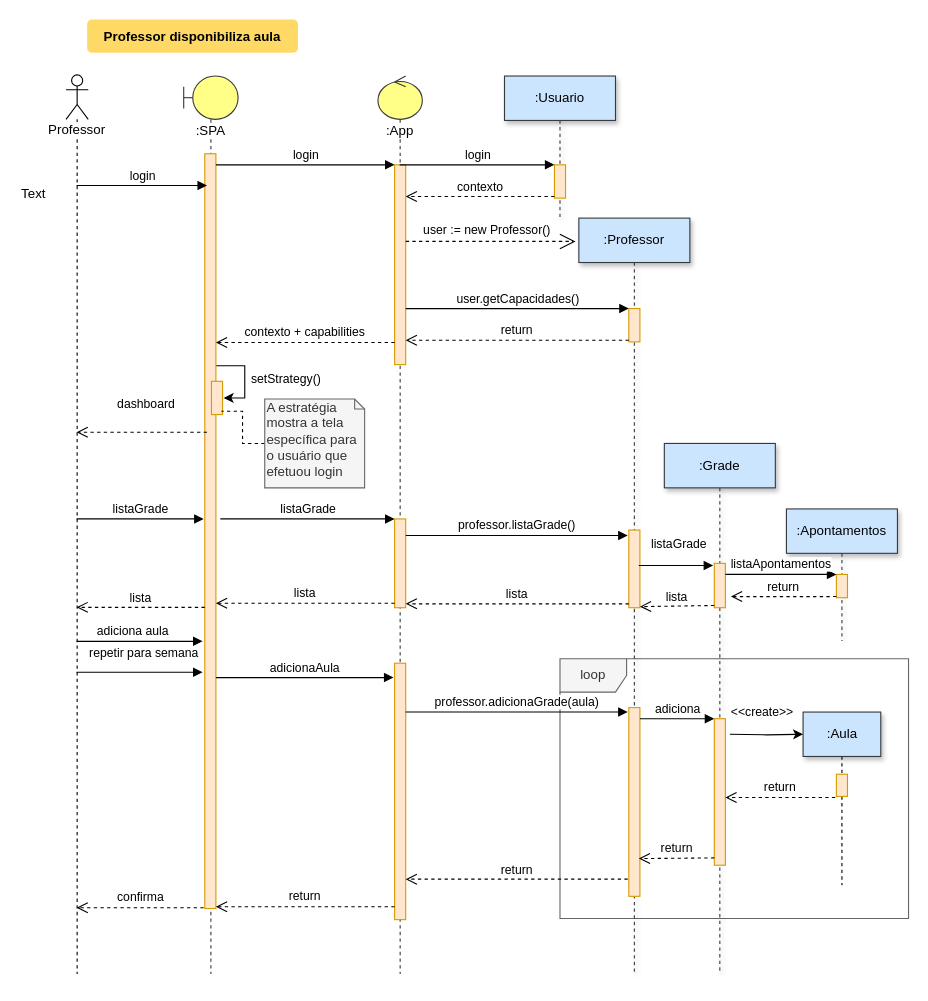
The draw.io diagram sequencia_cria_reserva.drawio in Neandertals/personal, before the edit. Source tidied: cells renumbered, new cells numbered last; positions are measured from the earlier drawing's top-left corner, leaving out a move shared by most shapes. Both pictures are drawn from the tidied source at 111%, with x=0, y=0 at pixel (19, 19).
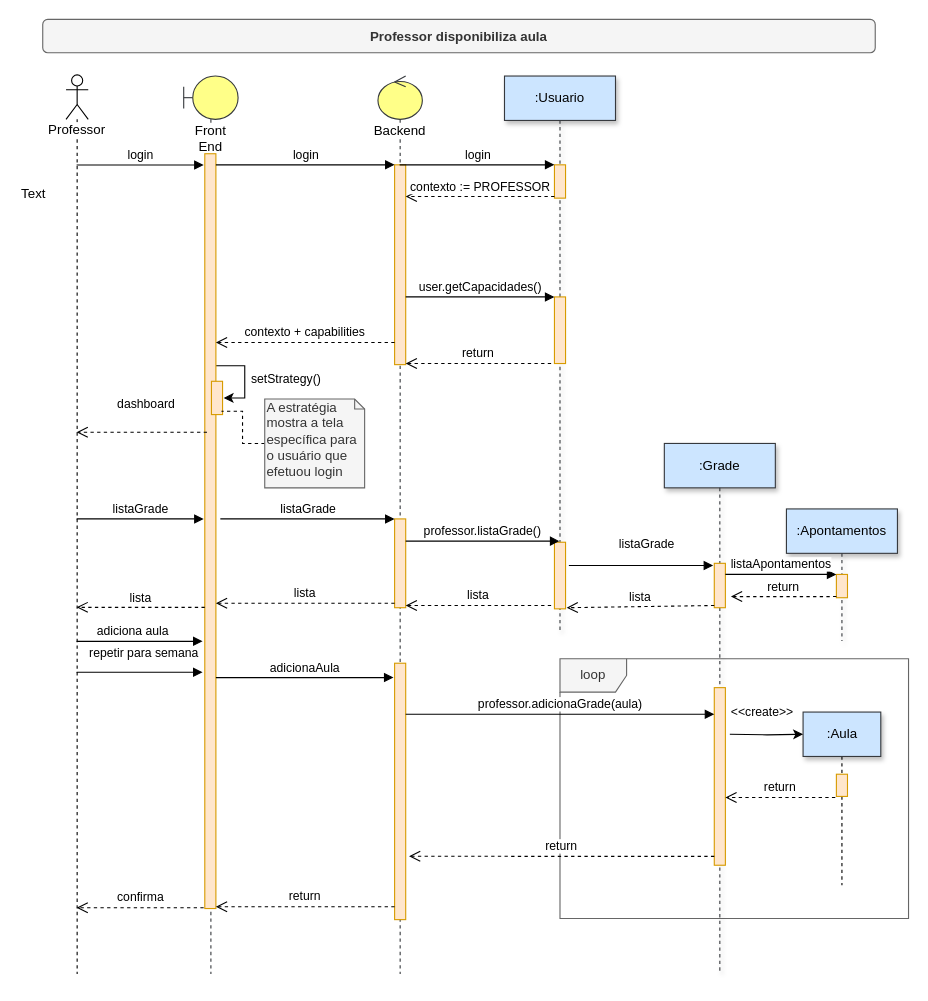
After the change.

Unchanged cells that the change refers to:
```xml
<mxCell id="5" style="html=1;points=[];perimeter=orthogonalPerimeter;fillColor=#ffe6cc;strokeColor=#d79b00;" parent="3" vertex="1">
  <mxGeometry x="19" y="70" width="10" height="680" as="geometry" />
</mxCell>
<mxCell id="8" value="Professor&lt;br&gt;" style="shape=umlLifeline;participant=umlActor;perimeter=lifelinePerimeter;whiteSpace=wrap;html=1;verticalAlign=top;spacingTop=36;labelBackgroundColor=#ffffff;outlineConnect=0;" parent="1" vertex="1">
  <mxGeometry x="42" y="50" width="20" height="810" as="geometry" />
</mxCell>
<mxCell id="10" style="html=1;points=[];perimeter=orthogonalPerimeter;fillColor=#ffe6cc;strokeColor=#d79b00;" parent="9" vertex="1">
  <mxGeometry x="45" y="80" width="10" height="30" as="geometry" />
</mxCell>
<mxCell id="12" style="html=1;points=[];perimeter=orthogonalPerimeter;fillColor=#ffe6cc;strokeColor=#d79b00;" parent="11" vertex="1">
  <mxGeometry x="15" y="80" width="10" height="180" as="geometry" />
</mxCell>
<mxCell id="13" style="html=1;points=[];perimeter=orthogonalPerimeter;fillColor=#ffe6cc;strokeColor=#d79b00;" parent="11" vertex="1">
  <mxGeometry x="15" y="399" width="10" height="80" as="geometry" />
</mxCell>
<mxCell id="14" style="html=1;points=[];perimeter=orthogonalPerimeter;fillColor=#ffe6cc;strokeColor=#d79b00;" parent="11" vertex="1">
  <mxGeometry x="15" y="529" width="10" height="231" as="geometry" />
</mxCell>
<mxCell id="29" value=":Grade" style="shape=umlLifeline;perimeter=lifelinePerimeter;whiteSpace=wrap;html=1;shadow=1;strokeColor=#36393d;fillColor=#cce5ff;" parent="1" vertex="1">
  <mxGeometry x="581" y="382" width="100" height="478" as="geometry" />
</mxCell>
<mxCell id="37" style="html=1;points=[];perimeter=orthogonalPerimeter;fillColor=#ffe6cc;strokeColor=#d79b00;" parent="1" vertex="1">
  <mxGeometry x="626" y="490" width="10" height="40" as="geometry" />
</mxCell>
```

Diff of the diagram source:
```diff
@@
-    <mxCell id="3" value=":SPA" style="shape=umlLifeline;participant=umlBoundary;perimeter=lifelinePerimeter;whiteSpace=wrap;html=1;verticalAlign=top;spacingTop=36;labelBackgroundColor=#ffffff;size=39;fillColor=#ffff88;strokeColor=#36393d;" parent="1" vertex="1">
+    <mxCell id="3" value="Front End" style="shape=umlLifeline;participant=umlBoundary;perimeter=lifelinePerimeter;whiteSpace=wrap;html=1;verticalAlign=top;spacingTop=36;labelBackgroundColor=#ffffff;size=39;fillColor=#ffff88;strokeColor=#36393d;" parent="1" vertex="1">
       <mxGeometry x="148" y="51" width="49" height="809" as="geometry" />
     </mxCell>
@@
-    <mxCell id="7" value="Professor disponibiliza aula" style="rounded=1;fontStyle=1;fillColor=#FFD966;strokeColor=none;" parent="1" vertex="1">
-      <mxGeometry x="61" width="190" height="30" as="geometry" />
+    <mxCell id="7" value="Professor disponibiliza aula" style="rounded=1;fontStyle=1;fillColor=#f5f5f5;strokeColor=#666666;fontColor=#333333;" parent="1" vertex="1">
+      <mxGeometry x="21" width="750" height="30" as="geometry" />
     </mxCell>
@@
     <mxCell id="9" value=":Usuario" style="shape=umlLifeline;perimeter=lifelinePerimeter;whiteSpace=wrap;html=1;outlineConnect=0;shadow=1;strokeColor=#36393d;fillColor=#cce5ff;" parent="1" vertex="1">
-      <mxGeometry x="437" y="51" width="100" height="129" as="geometry" />
+      <mxGeometry x="437" y="51" width="100" height="499" as="geometry" />
     </mxCell>
@@
+    <mxCell id="61" style="html=1;points=[];perimeter=orthogonalPerimeter;fillColor=#ffe6cc;strokeColor=#d79b00;" parent="9" vertex="1">
+      <mxGeometry x="45" y="420" width="10" height="60" as="geometry" />
+    </mxCell>
+    <mxCell id="62" style="html=1;points=[];perimeter=orthogonalPerimeter;fillColor=#ffe6cc;strokeColor=#d79b00;" parent="9" vertex="1">
+      <mxGeometry x="45" y="199" width="10" height="60" as="geometry" />
+    </mxCell>
-    <mxCell id="11" value=":App" style="shape=umlLifeline;participant=umlControl;perimeter=lifelinePerimeter;whiteSpace=wrap;html=1;verticalAlign=top;spacingTop=36;labelBackgroundColor=#ffffff;outlineConnect=0;size=39;fillColor=#ffff88;strokeColor=#36393d;" parent="1" vertex="1">
+    <mxCell id="11" value="Backend" style="shape=umlLifeline;participant=umlControl;perimeter=lifelinePerimeter;whiteSpace=wrap;html=1;verticalAlign=top;spacingTop=36;labelBackgroundColor=#ffffff;outlineConnect=0;size=39;fillColor=#ffff88;strokeColor=#36393d;" parent="1" vertex="1">
       <mxGeometry x="323" y="51" width="40" height="809" as="geometry" />
     </mxCell>
@@
-    <mxCell id="17" value="contexto" style="html=1;verticalAlign=bottom;endArrow=open;dashed=1;endSize=8;exitX=0;exitY=0.95;" parent="1" edge="1" source="10" target="12">
+    <mxCell id="17" value="contexto := PROFESSOR" style="html=1;verticalAlign=bottom;endArrow=open;dashed=1;endSize=8;exitX=0;exitY=0.95;" parent="1" edge="1" source="10" target="12">
       <mxGeometry relative="1" as="geometry" />
     </mxCell>
@@
-    <mxCell id="19" value="login" style="html=1;verticalAlign=bottom;endArrow=block;entryX=0.2;entryY=0.042;entryDx=0;entryDy=0;entryPerimeter=0;" parent="1" edge="1" source="8" target="5">
+    <mxCell id="19" value="login" style="html=1;verticalAlign=bottom;endArrow=block;entryX=-0.1;entryY=0.015;entryDx=0;entryDy=0;entryPerimeter=0;" parent="1" edge="1" source="8" target="5">
       <mxGeometry relative="1" as="geometry" />
     </mxCell>
@@
-    <mxCell id="21" value=":Professor" style="shape=umlLifeline;perimeter=lifelinePerimeter;whiteSpace=wrap;html=1;shadow=1;strokeColor=#36393d;fillColor=#cce5ff;" parent="1" vertex="1">
-      <mxGeometry x="504" y="179" width="100" height="681" as="geometry" />
-    </mxCell>
-    <mxCell id="22" style="html=1;points=[];perimeter=orthogonalPerimeter;fillColor=#ffe6cc;strokeColor=#d79b00;" parent="21" vertex="1">
-      <mxGeometry x="45" y="81.5" width="10" height="30" as="geometry" />
-    </mxCell>
-    <mxCell id="23" style="html=1;points=[];perimeter=orthogonalPerimeter;fillColor=#ffe6cc;strokeColor=#d79b00;" parent="21" vertex="1">
-      <mxGeometry x="45" y="281" width="10" height="70" as="geometry" />
-    </mxCell>
-    <mxCell id="24" value="user := new Professor()" style="endArrow=open;endSize=12;dashed=1;html=1;" parent="1" edge="1" source="12">
-      <mxGeometry x="-0.05" y="10" relative="1" as="geometry">
-        <mxPoint x="501" y="200" as="targetPoint" />
-      </mxGeometry>
-    </mxCell>
-    <mxCell id="25" value="user.getCapacidades()" style="html=1;verticalAlign=bottom;endArrow=block;entryX=0;entryY=0;" parent="1" edge="1" source="12" target="22">
+    <mxCell id="25" value="user.getCapacidades()" style="html=1;verticalAlign=bottom;endArrow=block;" parent="1" edge="1" source="12" target="62">
       <mxGeometry relative="1" as="geometry" />
     </mxCell>
-    <mxCell id="26" value="return" style="html=1;verticalAlign=bottom;endArrow=open;dashed=1;endSize=8;exitX=0;exitY=0.95;" parent="1" edge="1" source="22" target="12">
+    <mxCell id="26" value="return" style="html=1;verticalAlign=bottom;endArrow=open;dashed=1;endSize=8;exitX=-0.3;exitY=1;exitDx=0;exitDy=0;exitPerimeter=0;" parent="1" edge="1" source="62" target="12">
       <mxGeometry relative="1" as="geometry" />
     </mxCell>
@@
     <mxCell id="30" style="html=1;points=[];perimeter=orthogonalPerimeter;strokeColor=#d79b00;fillColor=#ffe6cc;" parent="29" vertex="1">
-      <mxGeometry x="45" y="248" width="10" height="132" as="geometry" />
+      <mxGeometry x="45" y="220" width="10" height="160" as="geometry" />
     </mxCell>
@@
-    <mxCell id="34" value="professor.listaGrade()" style="html=1;verticalAlign=bottom;endArrow=block;entryX=-0.1;entryY=0.071;entryDx=0;entryDy=0;entryPerimeter=0;" parent="1" edge="1" source="13" target="23">
-      <mxGeometry relative="1" as="geometry" />
+    <mxCell id="34" value="professor.listaGrade()" style="html=1;verticalAlign=bottom;endArrow=block;" parent="1" edge="1" source="13" target="9">
+      <mxGeometry relative="1" as="geometry">
+        <Array as="points">
+          <mxPoint x="461" y="470" />
+        </Array>
+      </mxGeometry>
     </mxCell>
-    <mxCell id="35" value="lista" style="html=1;verticalAlign=bottom;endArrow=open;dashed=1;endSize=8;exitX=0;exitY=0.95;" parent="1" edge="1" source="23" target="13">
+    <mxCell id="35" value="lista" style="html=1;verticalAlign=bottom;endArrow=open;dashed=1;endSize=8;exitX=-0.3;exitY=0.95;exitDx=0;exitDy=0;exitPerimeter=0;" parent="1" edge="1" source="61" target="13">
       <mxGeometry relative="1" as="geometry" />
     </mxCell>
@@
     <mxCell id="38" value="listaGrade" style="html=1;verticalAlign=bottom;endArrow=block;entryX=-0.1;entryY=0.05;entryDx=0;entryDy=0;entryPerimeter=0;" parent="1" edge="1" target="37">
       <mxGeometry x="0.07" y="10" relative="1" as="geometry">
-        <mxPoint x="558" y="492" as="sourcePoint" />
+        <mxPoint x="495" y="492" as="sourcePoint" />
       </mxGeometry>
     </mxCell>
-    <mxCell id="39" value="lista" style="html=1;verticalAlign=bottom;endArrow=open;dashed=1;endSize=8;exitX=0;exitY=0.95;entryX=1;entryY=0.986;entryDx=0;entryDy=0;entryPerimeter=0;" parent="1" edge="1" source="37" target="23">
+    <mxCell id="39" value="lista" style="html=1;verticalAlign=bottom;endArrow=open;dashed=1;endSize=8;exitX=0;exitY=0.95;entryX=1.1;entryY=0.983;entryDx=0;entryDy=0;entryPerimeter=0;" parent="1" edge="1" source="37" target="61">
       <mxGeometry relative="1" as="geometry" />
     </mxCell>
@@
-    <mxCell id="43" value="professor.adicionaGrade(aula)" style="html=1;verticalAlign=bottom;endArrow=block;entryX=-0.1;entryY=0.023;entryDx=0;entryDy=0;entryPerimeter=0;" parent="1" edge="1" source="14" target="48">
+    <mxCell id="43" value="professor.adicionaGrade(aula)" style="html=1;verticalAlign=bottom;endArrow=block;entryX=0;entryY=0.15;entryDx=0;entryDy=0;entryPerimeter=0;" parent="1" edge="1" source="14" target="30">
       <mxGeometry relative="1" as="geometry" />
     </mxCell>
-    <mxCell id="44" value="return" style="html=1;verticalAlign=bottom;endArrow=open;dashed=1;endSize=8;exitX=-0.1;exitY=0.909;exitDx=0;exitDy=0;exitPerimeter=0;" parent="1" edge="1" source="48" target="14">
-      <mxGeometry relative="1" as="geometry" />
-    </mxCell>
@@
-    <mxCell id="48" style="html=1;points=[];perimeter=orthogonalPerimeter;strokeColor=#d79b00;fillColor=#ffe6cc;" parent="1" vertex="1">
-      <mxGeometry x="549" y="620" width="10" height="170" as="geometry" />
-    </mxCell>
@@
-    <mxCell id="56" value="adiciona" style="html=1;verticalAlign=bottom;endArrow=block;entryX=0;entryY=0;" parent="1" edge="1" source="48" target="30">
-      <mxGeometry relative="1" as="geometry" />
-    </mxCell>
-    <mxCell id="57" value="return" style="html=1;verticalAlign=bottom;endArrow=open;dashed=1;endSize=8;exitX=0;exitY=0.95;entryX=0.9;entryY=0.8;entryDx=0;entryDy=0;entryPerimeter=0;" parent="1" edge="1" source="30" target="48">
+    <mxCell id="57" value="return" style="html=1;verticalAlign=bottom;endArrow=open;dashed=1;endSize=8;exitX=0;exitY=0.95;entryX=1.3;entryY=0.753;entryDx=0;entryDy=0;entryPerimeter=0;" parent="1" edge="1" source="30" target="14">
       <mxGeometry relative="1" as="geometry" />
     </mxCell>
```
